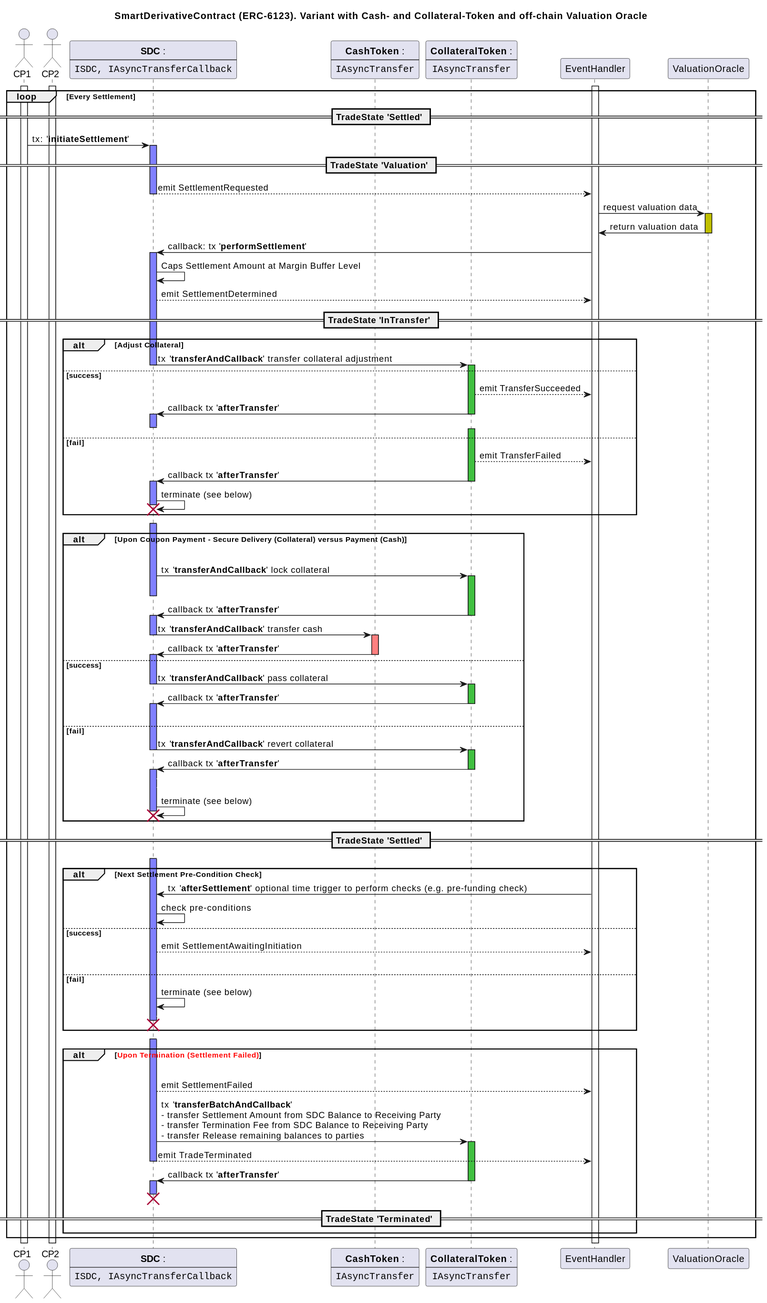
Earlier version of the PlantUML export assets/erc-6123/doc/sequence-sdc-collateral-settlement.svg (ethereum/ERCs).
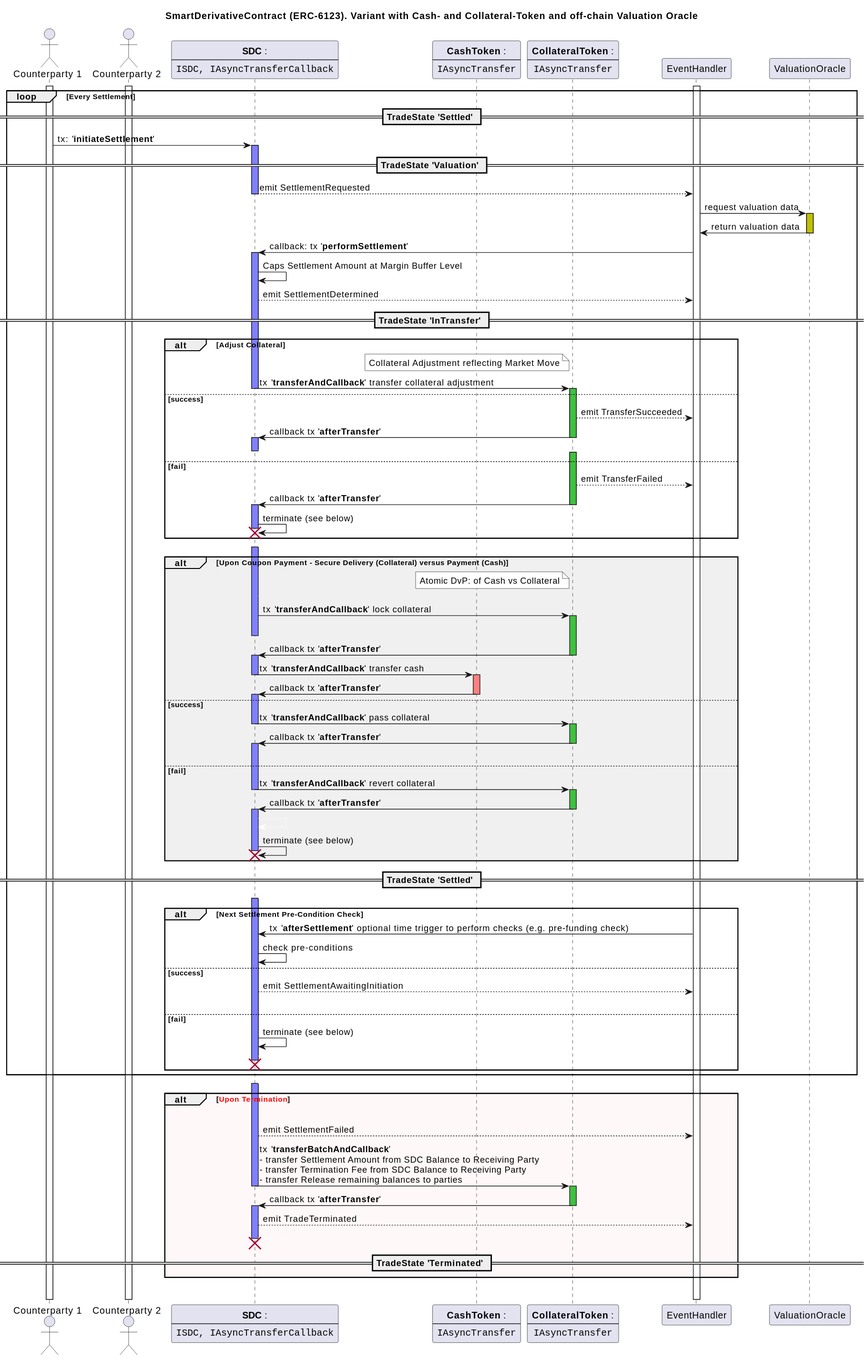
After the commit.

What changed in the source:
```diff
@@ -1,8 +1,8 @@
 @startuml
 title SmartDerivativeContract (ERC-6123). Variant with Cash- and Collateral-Token and off-chain Valuation Oracle
 
-actor CP1
-actor CP2
+actor "Counterparty 1" as CP1
+actor "Counterparty 2" as CP2
 
 participant SDC [
     **SDC** :
@@ -58,6 +58,10 @@
 
     alt Adjust Collateral
 
+        note left of CollateralToken #white
+          Collateral Adjustment reflecting Market Move
+        end note
+
         SDC->CollateralToken: tx '**transferAndCallback**' transfer collateral adjustment
 
     else success
@@ -82,11 +86,15 @@
     end
 
 
-    EventHandler-[#FFF]->SDC
-    alt Upon Coupon Payment - **Secure Delivery (Collateral) versus Payment (Cash)**
+    EventHandler<-[#FFF]->SDC
+    alt #F0F0F0 Upon Coupon Payment - **Secure Delivery (Collateral) versus Payment (Cash)**
+
+        note left of CollateralToken #white
+          Atomic DvP: of Cash vs Collateral
+        end note
 
         activate SDC #8080FF
-        |||
+        EventHandler<-[#F0F0F0]->SDC:
         SDC->CollateralToken: tx '**transferAndCallback**' lock collateral
 
         activate CollateralToken #40C040
@@ -135,7 +143,6 @@
 
     end
 
-
 == TradeState '**Settled**' ==
 
     EventHandler-[#FFF]->SDC
@@ -158,10 +165,11 @@
 
     end
 
+    end
 
     SDC-[#FFF]->EventHandler
 
-    alt <color:red>Upon Termination (Settlement Failed)</color>
+    alt #FFF8F8 <color:red>Upon Termination</color>
 
         activate SDC #8080FF
 
@@ -169,15 +177,15 @@
         SDC-->EventHandler: emit SettlementFailed
 
         SDC->CollateralToken: tx '**transferBatchAndCallback**'\n- transfer Settlement Amount from SDC Balance to Receiving Party\n- transfer Termination Fee from SDC Balance to Receiving Party\n- transfer Release remaining balances to parties
+        deactivate SDC
         activate CollateralToken #40C040
+        CollateralToken->SDC: callback tx '**afterTransfer**'
+        deactivate CollateralToken
+
+        activate SDC #8080FF
         SDC-->EventHandler: emit TradeTerminated
 
-        deactivate SDC
-        CollateralToken->SDC: callback tx '**afterTransfer**'
-        deactivate CollateralToken
-        activate SDC #8080FF
-
-        SDC-[#FFF]->SDC
+        SDC-[#FFFCFC]->SDC
 
         destroy SDC
         deactivate SDC
@@ -186,6 +194,5 @@
 
     end
 
-
-end
+        |||
 @enduml
```
